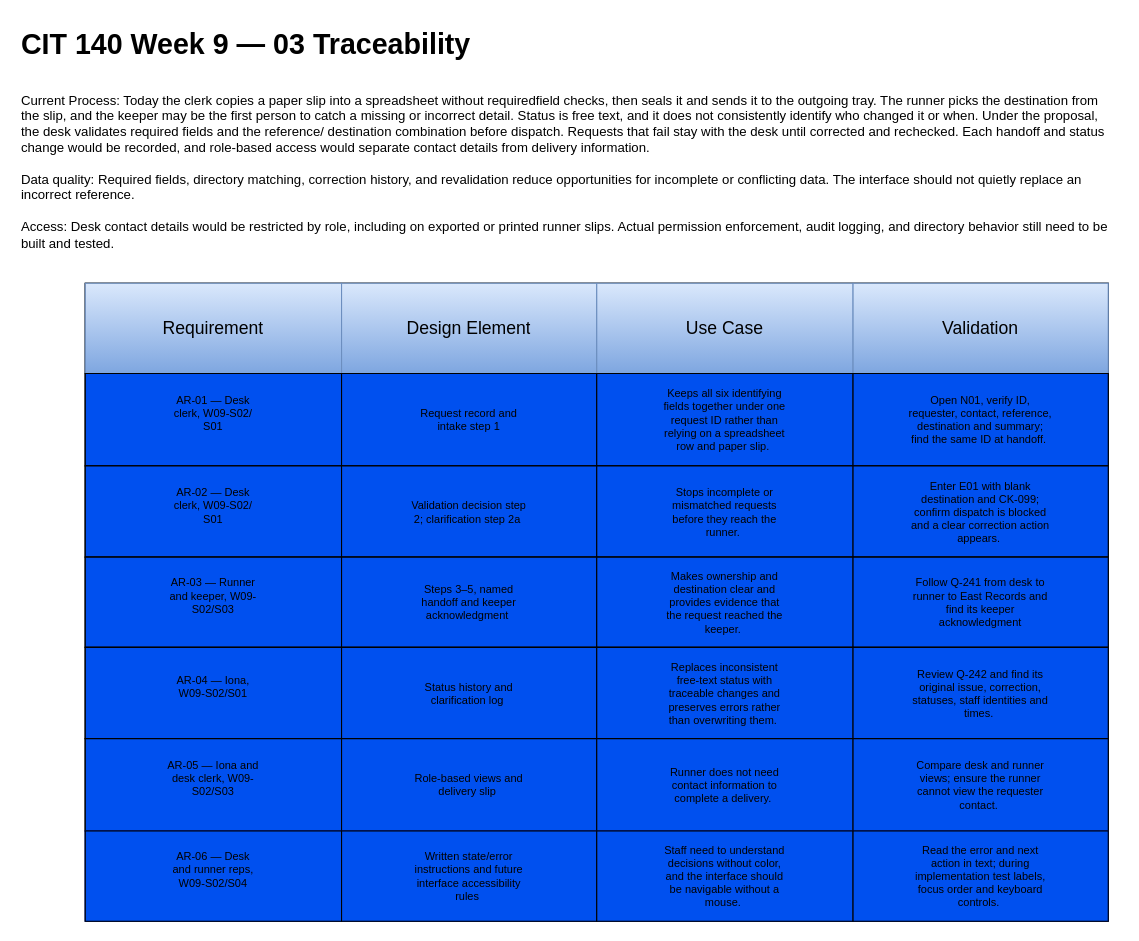
This is page "03 Traceability" (3 of 4) of Week09/Artifact/Temple_Craig_CIT140_Week09_Design.drawio from Acetamin1102/CIT140-Portfolio, a draw.io file, before an edit. Source tidied: cells renumbered, new cells numbered last; positions are measured from the earlier drawing's top-left corner, leaving out a move shared by most shapes. Both pictures are drawn from the tidied source at 110%, with x=0, y=0 at pixel (19, 19).
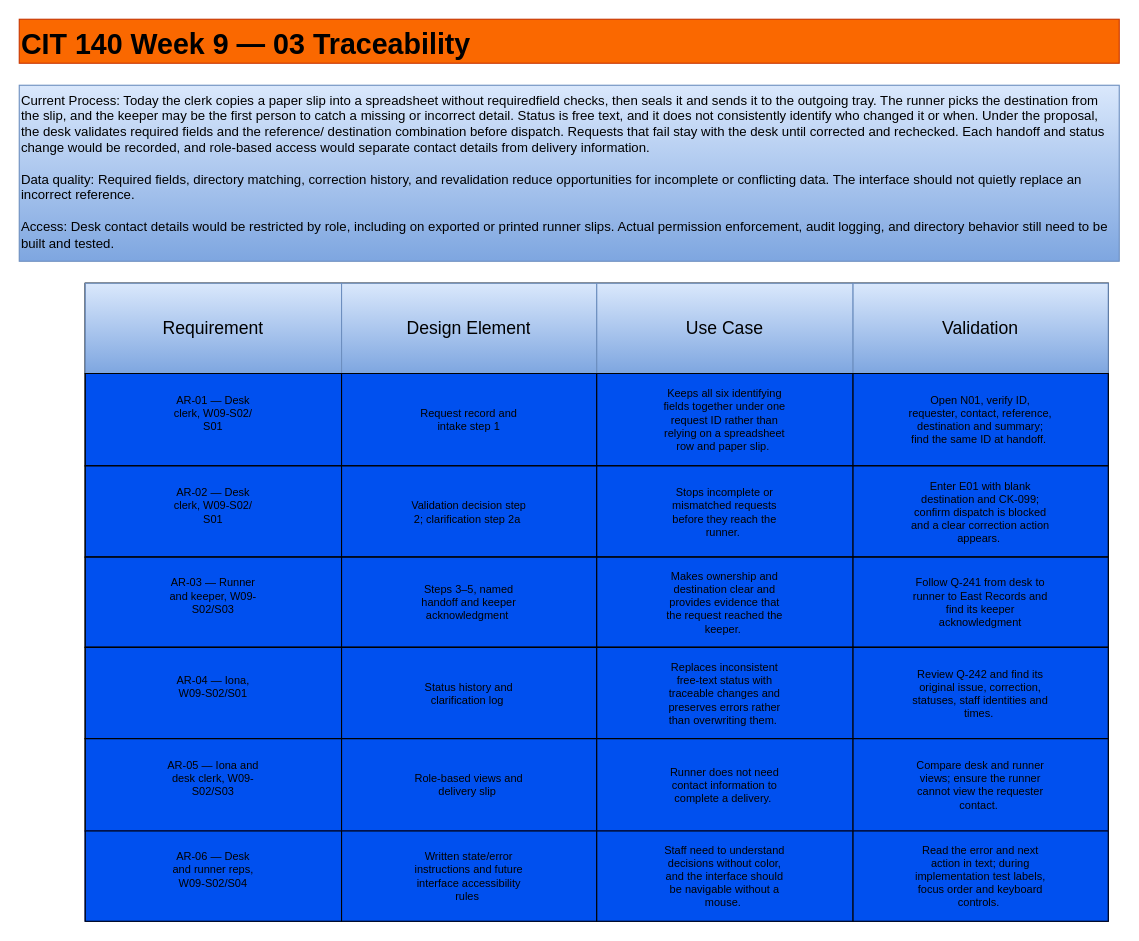
Above is the later version.

The edit, as a diff of the source:
```diff
@@
-    <mxCell id="2" value="CIT 140 Week 9 — 03 Traceability" style="text;html=0;fontSize=26;fontStyle=1;align=left;verticalAlign=top;" parent="1" vertex="1">
-      <mxGeometry width="1000" height="50" as="geometry" />
+    <mxCell id="2" value="CIT 140 Week 9 — 03 Traceability" style="text;html=0;fontSize=26;fontStyle=1;align=left;verticalAlign=top;fillColor=#fa6800;strokeColor=#C73500;fontColor=#000000;" parent="1" vertex="1">
+      <mxGeometry width="1000" height="40" as="geometry" />
     </mxCell>
-    <mxCell id="3" value="Current Process: Today the clerk copies a paper slip into a spreadsheet without requiredfield checks, then seals it and sends it to the outgoing tray. The runner picks the destination from the slip, and the keeper may be the first person to catch a missing or incorrect detail. Status is free text, and it does not consistently identify who changed it or when. Under the proposal, the desk validates required fields and the reference/ destination combination before dispatch. Requests that fail stay with the desk until corrected and rechecked. Each handoff and status change would be recorded, and role-based access would separate contact details from delivery information. &#10;&#10;Data quality: Required fields, directory matching, correction history, and revalidation reduce opportunities for incomplete or conflicting data. The interface should not quietly replace an incorrect reference. &#10;&#10;Access: Desk contact details would be restricted by role, including on exported or printed runner slips. Actual permission enforcement, audit logging, and directory behavior still need to be built and tested." style="text;html=0;whiteSpace=wrap;align=left;verticalAlign=top;fontSize=12;fontStyle=0;" parent="1" vertex="1">
-      <mxGeometry y="60" width="1000" height="170" as="geometry" />
+    <mxCell id="3" value="Current Process: Today the clerk copies a paper slip into a spreadsheet without requiredfield checks, then seals it and sends it to the outgoing tray. The runner picks the destination from the slip, and the keeper may be the first person to catch a missing or incorrect detail. Status is free text, and it does not consistently identify who changed it or when. Under the proposal, the desk validates required fields and the reference/ destination combination before dispatch. Requests that fail stay with the desk until corrected and rechecked. Each handoff and status change would be recorded, and role-based access would separate contact details from delivery information. &#10;&#10;Data quality: Required fields, directory matching, correction history, and revalidation reduce opportunities for incomplete or conflicting data. The interface should not quietly replace an incorrect reference. &#10;&#10;Access: Desk contact details would be restricted by role, including on exported or printed runner slips. Actual permission enforcement, audit logging, and directory behavior still need to be built and tested." style="text;html=0;whiteSpace=wrap;align=left;verticalAlign=top;fontSize=12;fontStyle=0;fillColor=#dae8fc;gradientColor=#7ea6e0;strokeColor=#6c8ebf;" parent="1" vertex="1">
+      <mxGeometry y="60" width="1000" height="160" as="geometry" />
     </mxCell>
```
